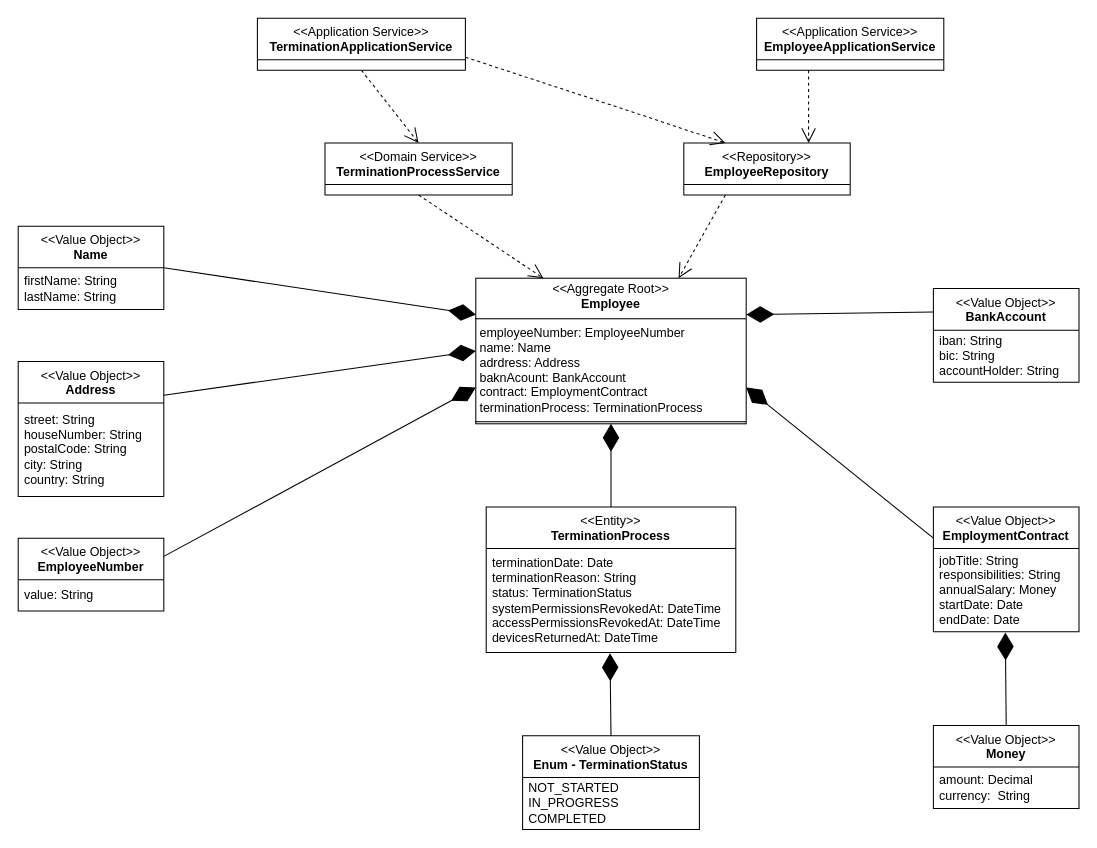
Before: uml/hr-management.drawio in AlexanderCoopmans/FSE-Mitarbeiterverwaltung-Example, a draw.io diagram. Source tidied: cells renumbered, new cells numbered last; positions are measured from the earlier drawing's top-left corner, leaving out a move shared by most shapes. Both pictures are drawn from the tidied source at 104%, with x=0, y=0 at pixel (18, 18).
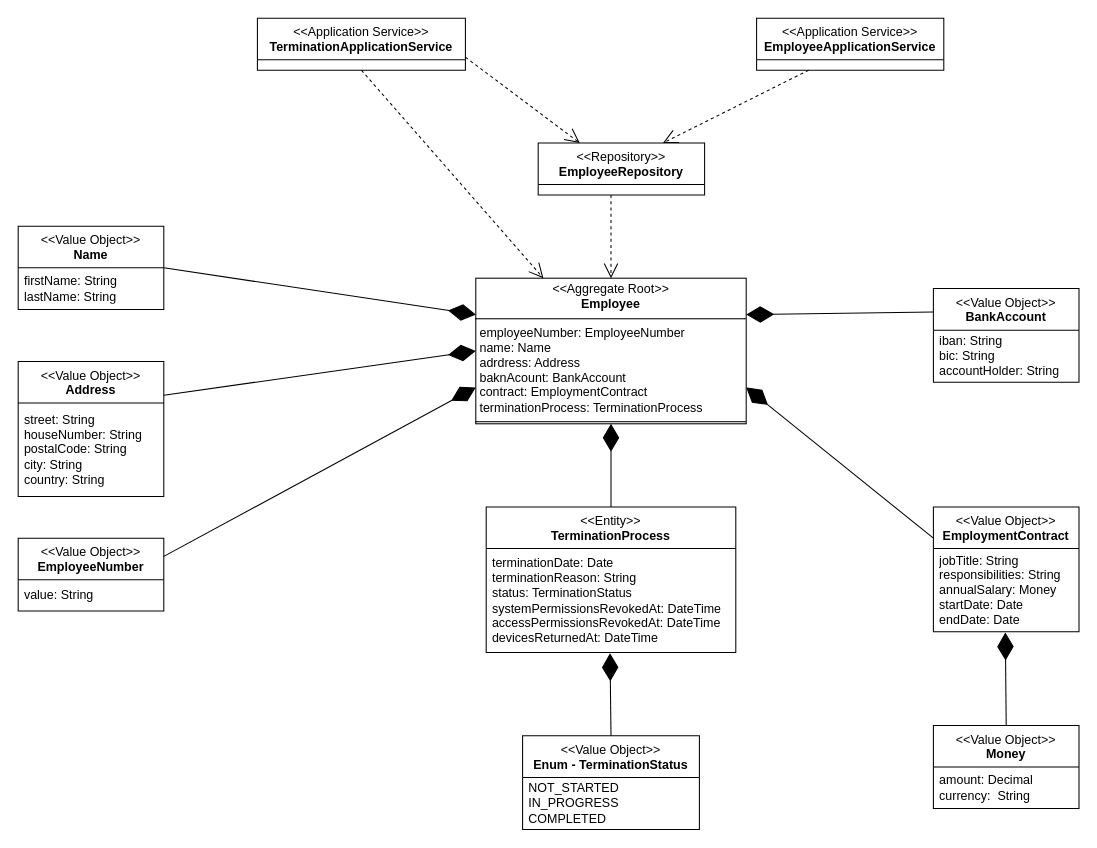
The same diagram, later.

Unchanged cells that the change refers to:
```xml
<mxCell id="2" value="&lt;p style=&quot;margin:0px;margin-top:4px;text-align:center;&quot;&gt;&lt;i&gt;&amp;lt;&amp;lt;&lt;/i&gt;Aggregate Root&lt;i&gt;&amp;gt;&amp;gt;&lt;/i&gt;&lt;br&gt;&lt;b&gt;Employee&lt;/b&gt;&lt;/p&gt;&lt;hr size=&quot;1&quot; style=&quot;border-style:solid;&quot;&gt;&lt;p style=&quot;margin:0px;margin-left:4px;&quot;&gt;employeeNumber: EmployeeNumber&lt;/p&gt;&lt;p style=&quot;margin:0px;margin-left:4px;&quot;&gt;name: Name&lt;/p&gt;&lt;p style=&quot;margin:0px;margin-left:4px;&quot;&gt;adrdress: Address&lt;/p&gt;&lt;p style=&quot;margin:0px;margin-left:4px;&quot;&gt;baknAcount: BankAccount&lt;/p&gt;&lt;p style=&quot;margin:0px;margin-left:4px;&quot;&gt;contract: EmploymentContract&lt;/p&gt;&lt;p style=&quot;margin:0px;margin-left:4px;&quot;&gt;terminationProcess: TerminationProcess&lt;/p&gt;&lt;hr size=&quot;1&quot; style=&quot;border-style:solid;&quot;&gt;&lt;p style=&quot;margin:0px;margin-left:4px;&quot;&gt;&lt;br&gt;&lt;/p&gt;" style="verticalAlign=top;align=left;overflow=fill;html=1;whiteSpace=wrap;" parent="1" vertex="1">
  <mxGeometry x="440" y="250" width="260" height="140" as="geometry" />
</mxCell>
<mxCell id="22" value="&amp;lt;&amp;lt;Application Service&amp;gt;&amp;gt;&lt;br&gt;&lt;b&gt;TerminationApplicationService&lt;/b&gt;" style="swimlane;fontStyle=0;align=center;verticalAlign=top;horizontal=1;startSize=40;html=1;whiteSpace=wrap;" parent="1" vertex="1">
  <mxGeometry x="230" width="200" height="50" as="geometry" />
</mxCell>
```

The edit, as a diff of the source:
```diff
@@
-    <mxCell id="19" value="&amp;lt;&amp;lt;Domain Service&amp;gt;&amp;gt;&lt;br&gt;&lt;b&gt;TerminationProcessService&lt;/b&gt;" style="swimlane;fontStyle=0;align=center;verticalAlign=top;horizontal=1;startSize=40;html=1;whiteSpace=wrap;" parent="1" vertex="1">
-      <mxGeometry x="295" y="120" width="180" height="50" as="geometry" />
-    </mxCell>
     <mxCell id="20" value="&amp;lt;&amp;lt;Repository&amp;gt;&amp;gt;&lt;br&gt;&lt;b&gt;EmployeeRepository&lt;/b&gt;" style="swimlane;fontStyle=0;align=center;verticalAlign=top;horizontal=1;startSize=40;html=1;whiteSpace=wrap;" parent="1" vertex="1">
-      <mxGeometry x="640" y="120" width="160" height="50" as="geometry" />
+      <mxGeometry x="500" y="120" width="160" height="50" as="geometry" />
     </mxCell>
@@
-    <mxCell id="31" style="endArrow=open;endSize=12;dashed=1;html=1;rounded=0;exitX=0.5;exitY=1;exitDx=0;exitDy=0;entryX=0.5;entryY=0;entryDx=0;entryDy=0;" parent="1" edge="1" source="22" target="19">
+    <mxCell id="31" style="endArrow=open;endSize=12;dashed=1;html=1;rounded=0;exitX=0.5;exitY=1;exitDx=0;exitDy=0;entryX=0.25;entryY=0;entryDx=0;entryDy=0;" parent="1" edge="1" source="22" target="2">
       <mxGeometry relative="1" as="geometry" />
     </mxCell>
     <mxCell id="32" style="endArrow=open;endSize=12;dashed=1;html=1;rounded=0;exitX=1;exitY=0.75;exitDx=0;exitDy=0;entryX=0.25;entryY=0;entryDx=0;entryDy=0;" parent="1" edge="1" source="22" target="20">
-      <mxGeometry relative="1" as="geometry">
-        <Array as="points">
-          <mxPoint x="590" y="90" />
-        </Array>
-      </mxGeometry>
+      <mxGeometry relative="1" as="geometry" />
     </mxCell>
-    <mxCell id="33" style="endArrow=open;endSize=12;dashed=1;html=1;rounded=0;exitX=0.25;exitY=1;exitDx=0;exitDy=0;entryX=0.75;entryY=0;entryDx=0;entryDy=0;" parent="1" edge="1" source="20" target="2">
-      <mxGeometry relative="1" as="geometry" />
+    <mxCell id="33" style="endArrow=open;endSize=12;dashed=1;html=1;rounded=0;entryX=0.5;entryY=0;entryDx=0;entryDy=0;" parent="1" edge="1" target="2">
+      <mxGeometry relative="1" as="geometry">
+        <mxPoint x="570" y="170" as="sourcePoint" />
+      </mxGeometry>
     </mxCell>
-    <mxCell id="34" style="endArrow=open;endSize=12;dashed=1;html=1;rounded=0;exitX=0.5;exitY=1;exitDx=0;exitDy=0;entryX=0.25;entryY=0;entryDx=0;entryDy=0;" parent="1" edge="1" source="19" target="2">
-      <mxGeometry relative="1" as="geometry" />
-    </mxCell>
```
